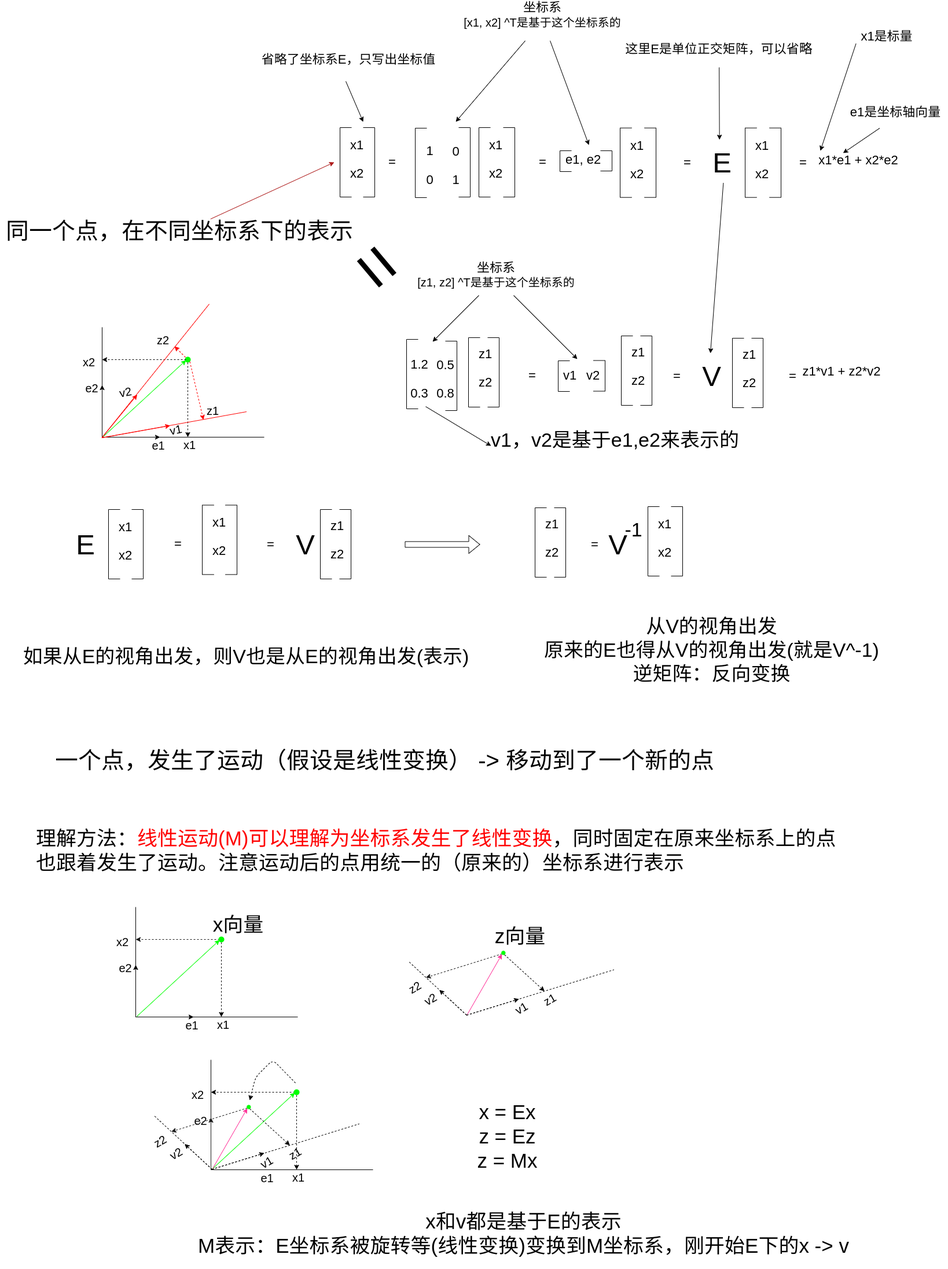
Before: images/2024/matrix_note/coordinate_transform.png, a diagram exported from draw.io (wumin199/wm-blog-image). Source tidied: cells renumbered, new cells last; positions are measured from the earlier drawing's top-left corner, leaving out a move shared by most shapes.
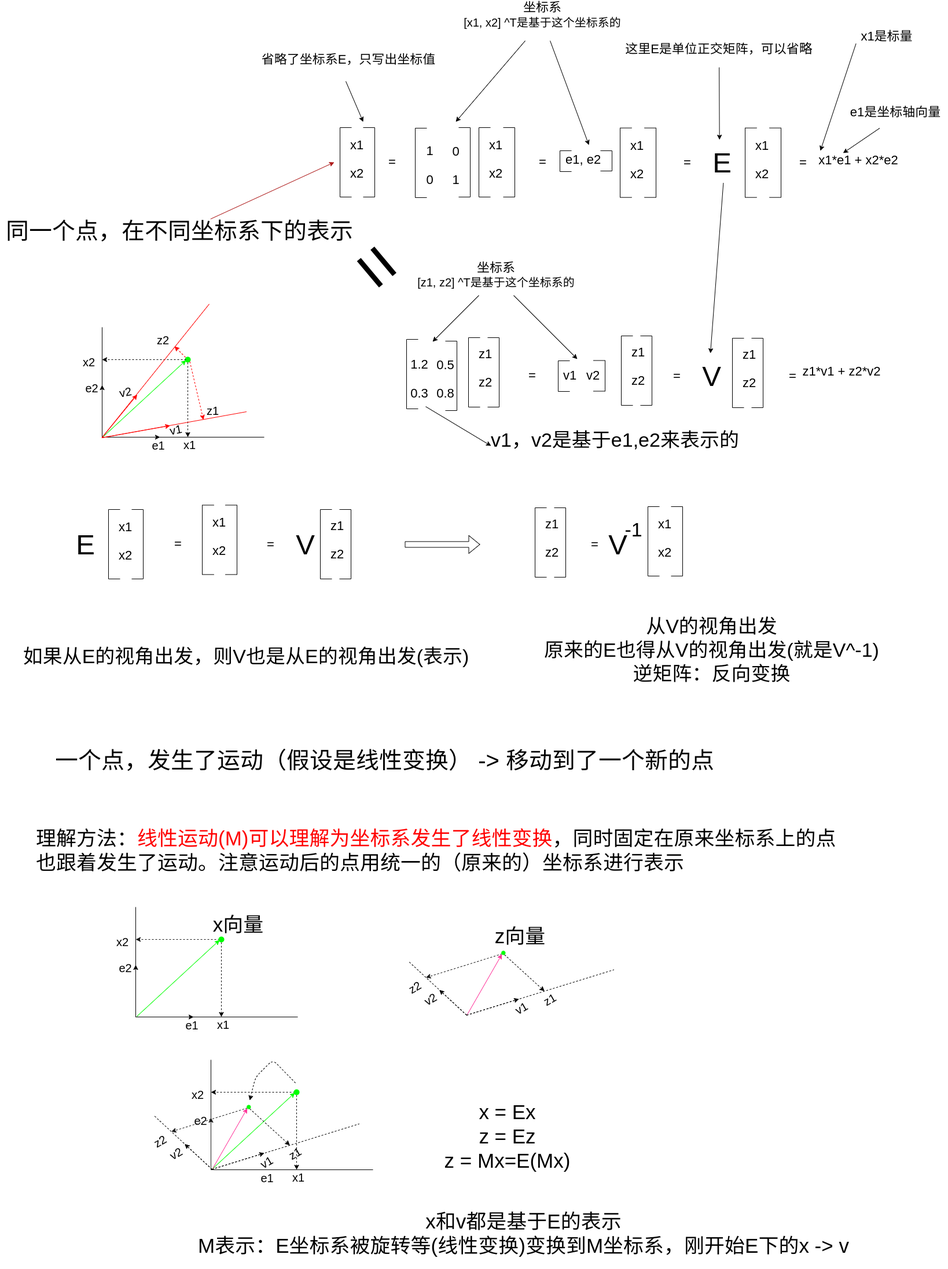
After the change.

What changed in the source:
```diff
@@ -381,8 +381,8 @@
     <mxCell id="90" value="理解方法：&lt;font color=&quot;#ff0000&quot;&gt;线性运动(M)可以理解为坐标系发生了线性变换&lt;/font&gt;，同时固定在原来坐标系上的点也跟着发生了运动。注意运动后的点用统一的（原来的）坐标系进行表示" style="text;strokeColor=none;align=left;fillColor=none;html=1;verticalAlign=middle;whiteSpace=wrap;rounded=0;strokeWidth=27;fontSize=35;fontColor=#000000;" parent="1" vertex="1">
       <mxGeometry x="60" y="1414" width="1391" height="110" as="geometry" />
     </mxCell>
-    <mxCell id="91" value="x = Ex&lt;br&gt;z = Ez&lt;br&gt;z = Mx" style="text;html=1;align=center;verticalAlign=middle;strokeColor=none;fillColor=none;fontSize=35;strokeWidth=27;fontColor=#000000;" parent="1" vertex="1">
-      <mxGeometry x="815" y="1894" width="122" height="138" as="geometry" />
+    <mxCell id="91" value="x = Ex&lt;br&gt;z = Ez&lt;br&gt;z = Mx=E(Mx)" style="text;html=1;align=center;verticalAlign=middle;strokeColor=none;fillColor=none;fontSize=35;strokeWidth=27;fontColor=#000000;" parent="1" vertex="1">
+      <mxGeometry x="758" y="1894" width="236" height="138" as="geometry" />
     </mxCell>
     <mxCell id="92" value="x和v都是基于E的表示&lt;br&gt;M表示：E坐标系被旋转等(线性变换)变换到M坐标系，刚开始E下的x -&amp;gt; v" style="text;html=1;align=center;verticalAlign=middle;strokeColor=none;fillColor=none;fontSize=35;strokeWidth=27;fontColor=#000000;" parent="1" vertex="1">
       <mxGeometry x="332" y="2083" width="1143" height="96" as="geometry" />
```
